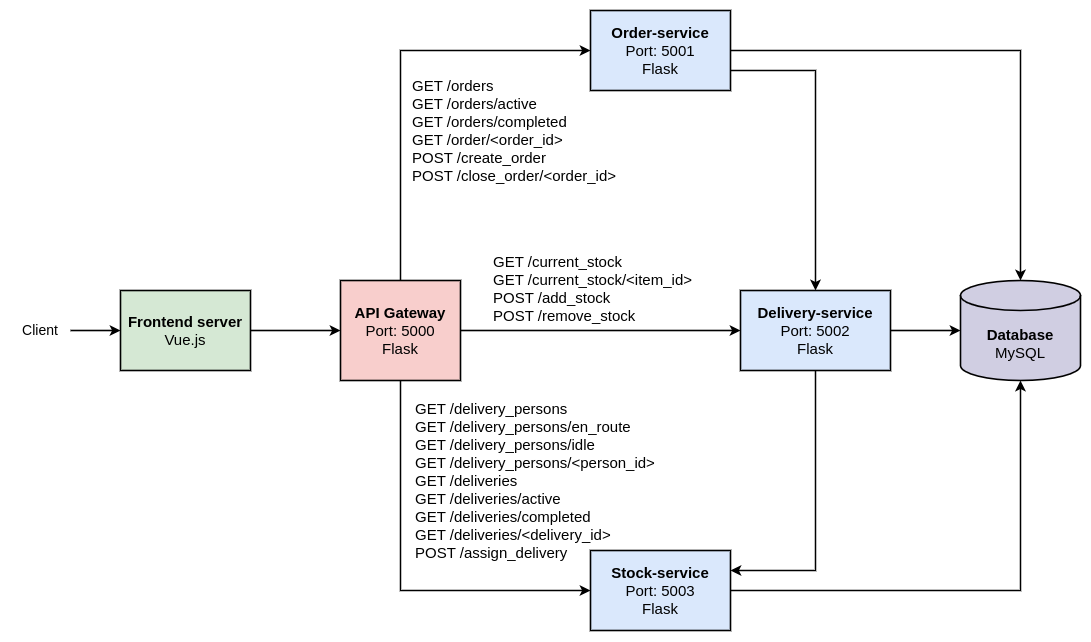
sandeepgit32/fast-delivery-app-simulation-microservices keeps this draw.io diagram as architecture.drawio.png. Above is the earlier version. Source tidied: cells renumbered, new cells last; positions are measured from the earlier drawing's top-left corner, leaving out a move shared by most shapes.
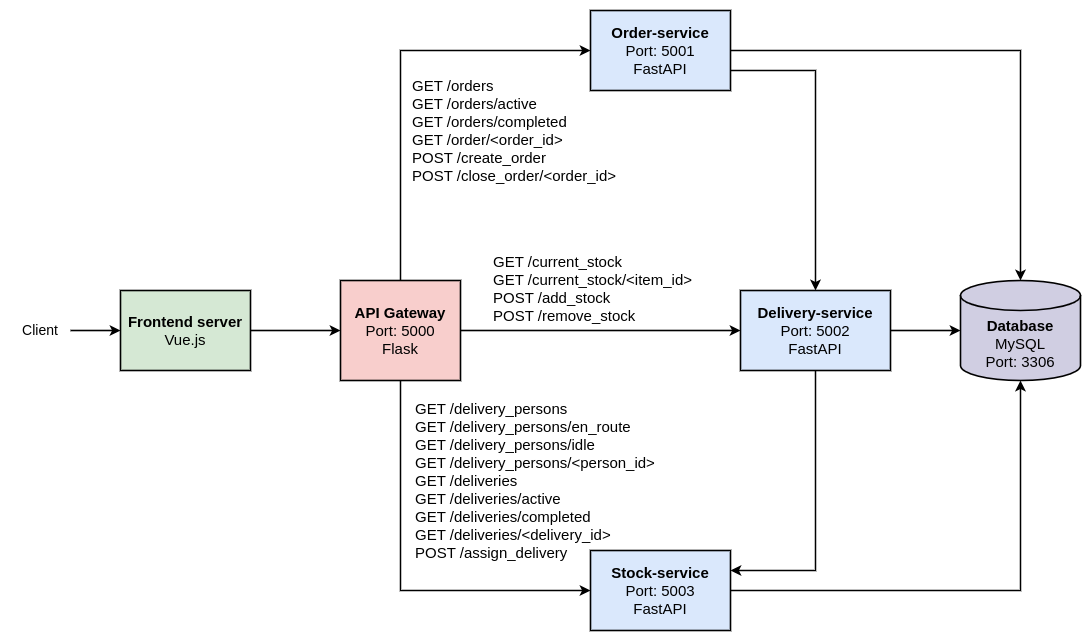
Above is the later version.

Diff of the diagram source:
```diff
@@ -2,7 +2,7 @@
   <root>
     <mxCell id="0" />
     <mxCell id="1" parent="0" />
-    <mxCell id="2" value="&lt;font style=&quot;font-size: 15px;&quot;&gt;&lt;b&gt;Database&lt;/b&gt;&lt;/font&gt;&lt;div&gt;&lt;font style=&quot;font-size: 15px;&quot;&gt;MySQL&lt;/font&gt;&lt;/div&gt;" style="shape=cylinder3;whiteSpace=wrap;html=1;boundedLbl=1;backgroundOutline=1;size=15;strokeWidth=1.6;fillColor=#d0cee2;strokeColor=#000000;" parent="1" vertex="1">
+    <mxCell id="2" value="&lt;font style=&quot;font-size: 15px;&quot;&gt;&lt;b&gt;Database&lt;/b&gt;&lt;/font&gt;&lt;div&gt;&lt;font style=&quot;font-size: 15px;&quot;&gt;MySQL&lt;/font&gt;&lt;/div&gt;&lt;div&gt;&lt;font style=&quot;font-size: 15px;&quot;&gt;Port: 3306&lt;/font&gt;&lt;/div&gt;" style="shape=cylinder3;whiteSpace=wrap;html=1;boundedLbl=1;backgroundOutline=1;size=15;strokeWidth=1.6;fillColor=#d0cee2;strokeColor=#000000;" parent="1" vertex="1">
       <mxGeometry x="950" y="270" width="120" height="100" as="geometry" />
     </mxCell>
     <mxCell id="3" style="edgeStyle=orthogonalEdgeStyle;rounded=0;jettySize=auto;html=1;exitX=1;exitY=0.5;exitDx=0;exitDy=0;entryX=0;entryY=0.5;entryDx=0;entryDy=0;strokeWidth=1.6;" parent="1" edge="1" source="6" target="9">
@@ -23,10 +23,10 @@
     <mxCell id="8" style="edgeStyle=orthogonalEdgeStyle;rounded=0;jettySize=auto;html=1;exitX=0.5;exitY=1;exitDx=0;exitDy=0;entryX=1;entryY=0.25;entryDx=0;entryDy=0;strokeWidth=1.6;" parent="1" edge="1" source="9" target="10">
       <mxGeometry relative="1" as="geometry" />
     </mxCell>
-    <mxCell id="9" value="&lt;font style=&quot;font-size: 15px;&quot;&gt;&lt;b&gt;Delivery-service&lt;/b&gt;&lt;/font&gt;&lt;div&gt;&lt;font style=&quot;font-size: 15px;&quot;&gt;Port: 5002&lt;/font&gt;&lt;/div&gt;&lt;div&gt;&lt;font style=&quot;font-size: 15px;&quot;&gt;Flask&lt;/font&gt;&lt;/div&gt;" style="rounded=0;whiteSpace=wrap;html=1;strokeWidth=1.6;fillColor=#dae8fc;strokeColor=#000000;" parent="1" vertex="1">
+    <mxCell id="9" value="&lt;font style=&quot;font-size: 15px;&quot;&gt;&lt;b&gt;Delivery-service&lt;/b&gt;&lt;/font&gt;&lt;div&gt;&lt;font style=&quot;font-size: 15px;&quot;&gt;Port: 5002&lt;/font&gt;&lt;/div&gt;&lt;div&gt;&lt;font style=&quot;font-size: 15px;&quot;&gt;FastAPI&lt;/font&gt;&lt;/div&gt;" style="rounded=0;whiteSpace=wrap;html=1;strokeWidth=1.6;fillColor=#dae8fc;strokeColor=#000000;" parent="1" vertex="1">
       <mxGeometry x="730" y="280" width="150" height="80" as="geometry" />
     </mxCell>
-    <mxCell id="10" value="&lt;font style=&quot;font-size: 15px;&quot;&gt;&lt;b&gt;Stock-service&lt;/b&gt;&lt;/font&gt;&lt;div&gt;&lt;font style=&quot;font-size: 15px;&quot;&gt;Port: 5003&lt;/font&gt;&lt;/div&gt;&lt;div&gt;&lt;font style=&quot;font-size: 15px;&quot;&gt;Flask&lt;/font&gt;&lt;/div&gt;" style="rounded=0;whiteSpace=wrap;html=1;strokeWidth=1.6;fillColor=#dae8fc;strokeColor=#000000;" parent="1" vertex="1">
+    <mxCell id="10" value="&lt;font style=&quot;font-size: 15px;&quot;&gt;&lt;b&gt;Stock-service&lt;/b&gt;&lt;/font&gt;&lt;div&gt;&lt;font style=&quot;font-size: 15px;&quot;&gt;Port: 5003&lt;/font&gt;&lt;/div&gt;&lt;div&gt;&lt;font style=&quot;font-size: 15px;&quot;&gt;FastAPI&lt;/font&gt;&lt;/div&gt;" style="rounded=0;whiteSpace=wrap;html=1;strokeWidth=1.6;fillColor=#dae8fc;strokeColor=#000000;" parent="1" vertex="1">
       <mxGeometry x="580" y="540" width="140" height="80" as="geometry" />
     </mxCell>
     <mxCell id="11" style="edgeStyle=orthogonalEdgeStyle;rounded=0;jettySize=auto;html=1;exitX=1;exitY=0.5;exitDx=0;exitDy=0;strokeWidth=1.6;" parent="1" edge="1" source="13" target="2">
@@ -35,7 +35,7 @@
     <mxCell id="12" style="edgeStyle=orthogonalEdgeStyle;rounded=0;jettySize=auto;html=1;exitX=1;exitY=0.75;exitDx=0;exitDy=0;entryX=0.5;entryY=0;entryDx=0;entryDy=0;strokeWidth=1.6;" parent="1" edge="1" source="13" target="9">
       <mxGeometry relative="1" as="geometry" />
     </mxCell>
-    <mxCell id="13" value="&lt;font style=&quot;font-size: 15px;&quot;&gt;&lt;b&gt;Order-service&lt;/b&gt;&lt;/font&gt;&lt;div&gt;&lt;font style=&quot;font-size: 15px;&quot;&gt;Port: 5001&lt;/font&gt;&lt;/div&gt;&lt;div&gt;&lt;font style=&quot;font-size: 15px;&quot;&gt;Flask&lt;/font&gt;&lt;/div&gt;" style="rounded=0;whiteSpace=wrap;html=1;strokeWidth=1.6;fillColor=#dae8fc;strokeColor=#000000;" parent="1" vertex="1">
+    <mxCell id="13" value="&lt;font style=&quot;font-size: 15px;&quot;&gt;&lt;b&gt;Order-service&lt;/b&gt;&lt;/font&gt;&lt;div&gt;&lt;font style=&quot;font-size: 15px;&quot;&gt;Port: 5001&lt;/font&gt;&lt;/div&gt;&lt;div&gt;&lt;font style=&quot;font-size: 15px;&quot;&gt;FastAPI&lt;/font&gt;&lt;/div&gt;" style="rounded=0;whiteSpace=wrap;html=1;strokeWidth=1.6;fillColor=#dae8fc;strokeColor=#000000;" parent="1" vertex="1">
       <mxGeometry x="580" width="140" height="80" as="geometry" />
     </mxCell>
     <mxCell id="14" style="edgeStyle=orthogonalEdgeStyle;rounded=0;jettySize=auto;html=1;exitX=1;exitY=0.5;exitDx=0;exitDy=0;entryX=0;entryY=0.5;entryDx=0;entryDy=0;strokeWidth=1.6;" parent="1" edge="1" source="15" target="6">
```
